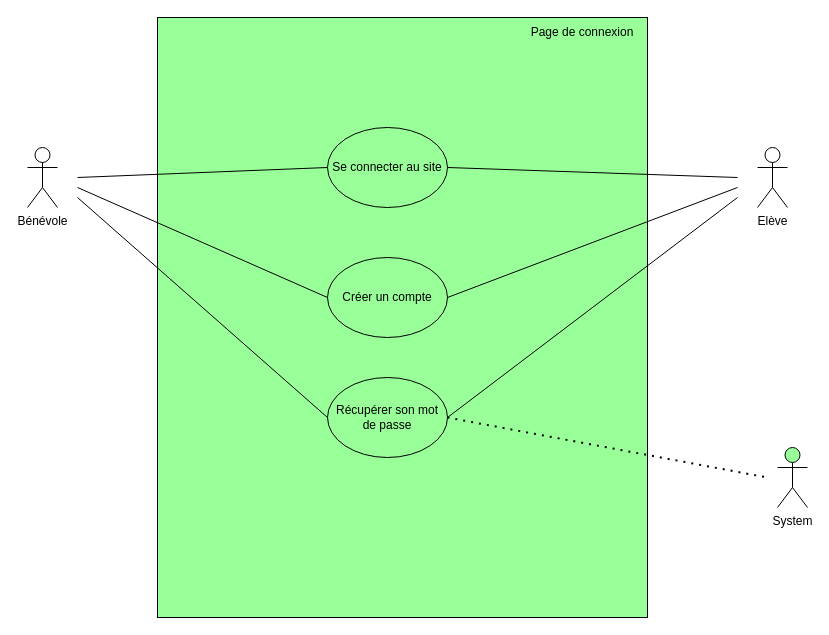
This is page "Page-1" (1 of 5) of S3 Diagrammes de cas d'usage - Lucas Leplanois.drawio from YuKoys/P3_Lucas_Leplanois, a draw.io file, before an edit. Source tidied: cells renumbered, new cells numbered last; positions are measured from the earlier drawing's top-left corner, leaving out a move shared by most shapes. Both pictures are drawn from the tidied source at 100%, with x=0, y=0 at pixel (27, 17).
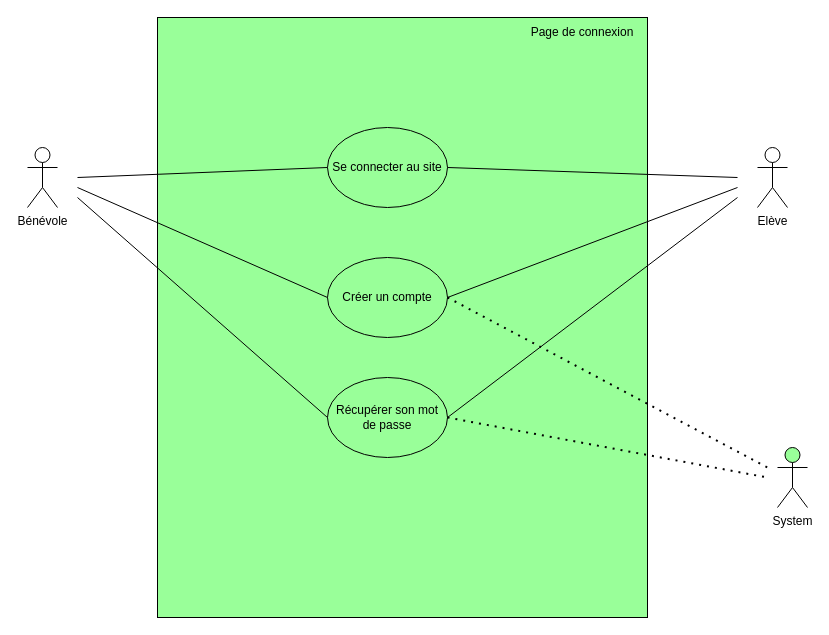
After the change.

The change refers to these unchanged cells:
```xml
<mxCell id="5" value="Créer un compte" style="ellipse;whiteSpace=wrap;html=1;fillColor=#99FF99;" parent="1" vertex="1">
  <mxGeometry x="300" y="240" width="120" height="80" as="geometry" />
</mxCell>
```

What changed in the source:
```diff
@@
+    <mxCell id="17" style="endArrow=none;dashed=1;html=1;dashPattern=1 3;strokeWidth=2;rounded=0;exitX=1;exitY=0.5;exitDx=0;exitDy=0;" parent="1" edge="1" source="5">
+      <mxGeometry relative="1" as="geometry">
+        <mxPoint x="740" y="450" as="targetPoint" />
+      </mxGeometry>
+    </mxCell>
```
